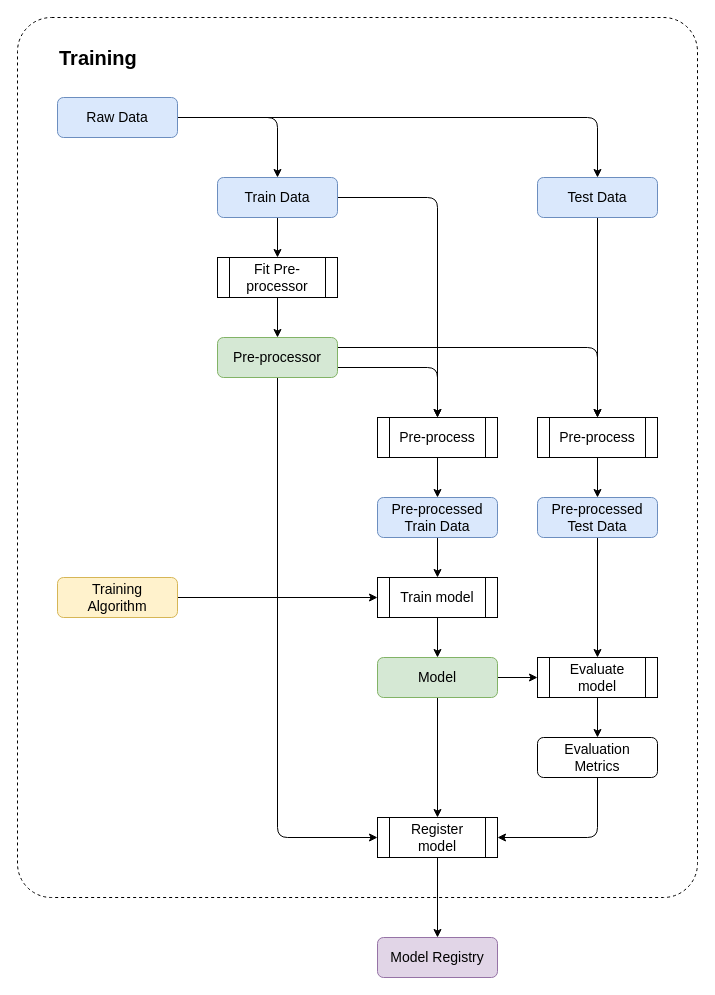
Above: page "Training" (3 of 5) of docs/source/images/modelling.drawio in myautoml/myautoml (draw.io), before the change. Source tidied: cells renumbered, new cells numbered last; positions are measured from the earlier drawing's top-left corner, leaving out a move shared by most shapes. Both pictures are drawn from the tidied source at 100%, with x=0, y=0 at pixel (17, 17).
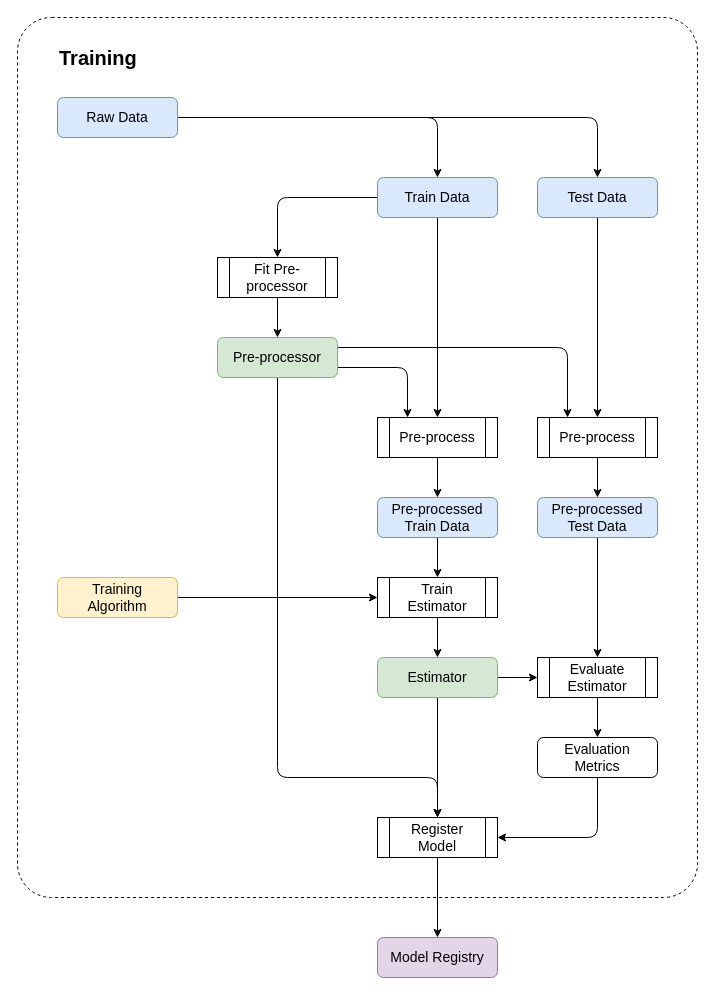
After the change.

The change refers to these unchanged cells:
```xml
<mxCell id="16" value="Pre-processor" style="rounded=1;whiteSpace=wrap;html=1;fontFamily=Arial;fontSize=14;fillColor=#d5e8d4;strokeColor=#82b366;" parent="1" vertex="1">
  <mxGeometry x="200" y="320" width="120" height="40" as="geometry" />
</mxCell>
<mxCell id="18" value="Pre-process" style="shape=process;whiteSpace=wrap;html=1;backgroundOutline=1;fontFamily=Arial;fontSize=14;" parent="1" vertex="1">
  <mxGeometry x="360" y="400" width="120" height="40" as="geometry" />
</mxCell>
<mxCell id="20" value="Pre-process" style="shape=process;whiteSpace=wrap;html=1;backgroundOutline=1;fontFamily=Arial;fontSize=14;" parent="1" vertex="1">
  <mxGeometry x="520" y="400" width="120" height="40" as="geometry" />
</mxCell>
```

Diff of the diagram source:
```diff
@@
     <mxCell id="8" value="Train Data" style="rounded=1;whiteSpace=wrap;html=1;fontFamily=Arial;fontSize=14;fillColor=#dae8fc;strokeColor=#6c8ebf;" parent="1" vertex="1">
-      <mxGeometry x="200" y="160" width="120" height="40" as="geometry" />
+      <mxGeometry x="360" y="160" width="120" height="40" as="geometry" />
     </mxCell>
@@
     <mxCell id="13" style="edgeStyle=orthogonalEdgeStyle;rounded=1;jettySize=auto;html=1;fontFamily=Arial;fontSize=14;" parent="1" edge="1" source="16" target="20">
       <mxGeometry relative="1" as="geometry">
         <Array as="points">
-          <mxPoint x="580" y="330" />
+          <mxPoint x="550" y="330" />
         </Array>
       </mxGeometry>
     </mxCell>
     <mxCell id="14" style="edgeStyle=orthogonalEdgeStyle;rounded=1;jettySize=auto;html=1;fontFamily=Arial;fontSize=14;" parent="1" edge="1" source="16" target="18">
       <mxGeometry relative="1" as="geometry">
         <Array as="points">
-          <mxPoint x="420" y="350" />
+          <mxPoint x="390" y="350" />
         </Array>
       </mxGeometry>
     </mxCell>
-    <mxCell id="15" style="edgeStyle=orthogonalEdgeStyle;rounded=1;jettySize=auto;html=1;exitX=0.5;exitY=1;exitDx=0;exitDy=0;entryX=0;entryY=0.5;entryDx=0;entryDy=0;fontFamily=Arial;fontSize=14;" parent="1" edge="1" source="16" target="35">
-      <mxGeometry relative="1" as="geometry" />
+    <mxCell id="15" style="edgeStyle=orthogonalEdgeStyle;rounded=1;jettySize=auto;html=1;exitX=0.5;exitY=1;exitDx=0;exitDy=0;entryX=0.5;entryY=0;entryDx=0;entryDy=0;fontFamily=Arial;fontSize=14;" parent="1" edge="1" source="16" target="35">
+      <mxGeometry relative="1" as="geometry">
+        <Array as="points">
+          <mxPoint x="260" y="760" />
+          <mxPoint x="420" y="760" />
+        </Array>
+      </mxGeometry>
     </mxCell>
@@
-    <mxCell id="26" value="Train model" style="shape=process;whiteSpace=wrap;html=1;backgroundOutline=1;fontFamily=Arial;fontSize=14;" parent="1" vertex="1">
+    <mxCell id="26" value="Train Estimator" style="shape=process;whiteSpace=wrap;html=1;backgroundOutline=1;fontFamily=Arial;fontSize=14;" parent="1" vertex="1">
       <mxGeometry x="360" y="560" width="120" height="40" as="geometry" />
     </mxCell>
@@
-    <mxCell id="28" value="Evaluate model" style="shape=process;whiteSpace=wrap;html=1;backgroundOutline=1;fontFamily=Arial;fontSize=14;" parent="1" vertex="1">
+    <mxCell id="28" value="Evaluate Estimator" style="shape=process;whiteSpace=wrap;html=1;backgroundOutline=1;fontFamily=Arial;fontSize=14;" parent="1" vertex="1">
       <mxGeometry x="520" y="640" width="120" height="40" as="geometry" />
     </mxCell>
@@
-    <mxCell id="31" value="Model" style="rounded=1;whiteSpace=wrap;html=1;fontFamily=Arial;fontSize=14;fillColor=#d5e8d4;strokeColor=#82b366;" parent="1" vertex="1">
+    <mxCell id="31" value="Estimator" style="rounded=1;whiteSpace=wrap;html=1;fontFamily=Arial;fontSize=14;fillColor=#d5e8d4;strokeColor=#82b366;" parent="1" vertex="1">
       <mxGeometry x="360" y="640" width="120" height="40" as="geometry" />
     </mxCell>
@@
-    <mxCell id="35" value="Register model" style="shape=process;whiteSpace=wrap;html=1;backgroundOutline=1;fontFamily=Arial;fontSize=14;" parent="1" vertex="1">
+    <mxCell id="35" value="Register Model" style="shape=process;whiteSpace=wrap;html=1;backgroundOutline=1;fontFamily=Arial;fontSize=14;" parent="1" vertex="1">
       <mxGeometry x="360" y="800" width="120" height="40" as="geometry" />
     </mxCell>
```
